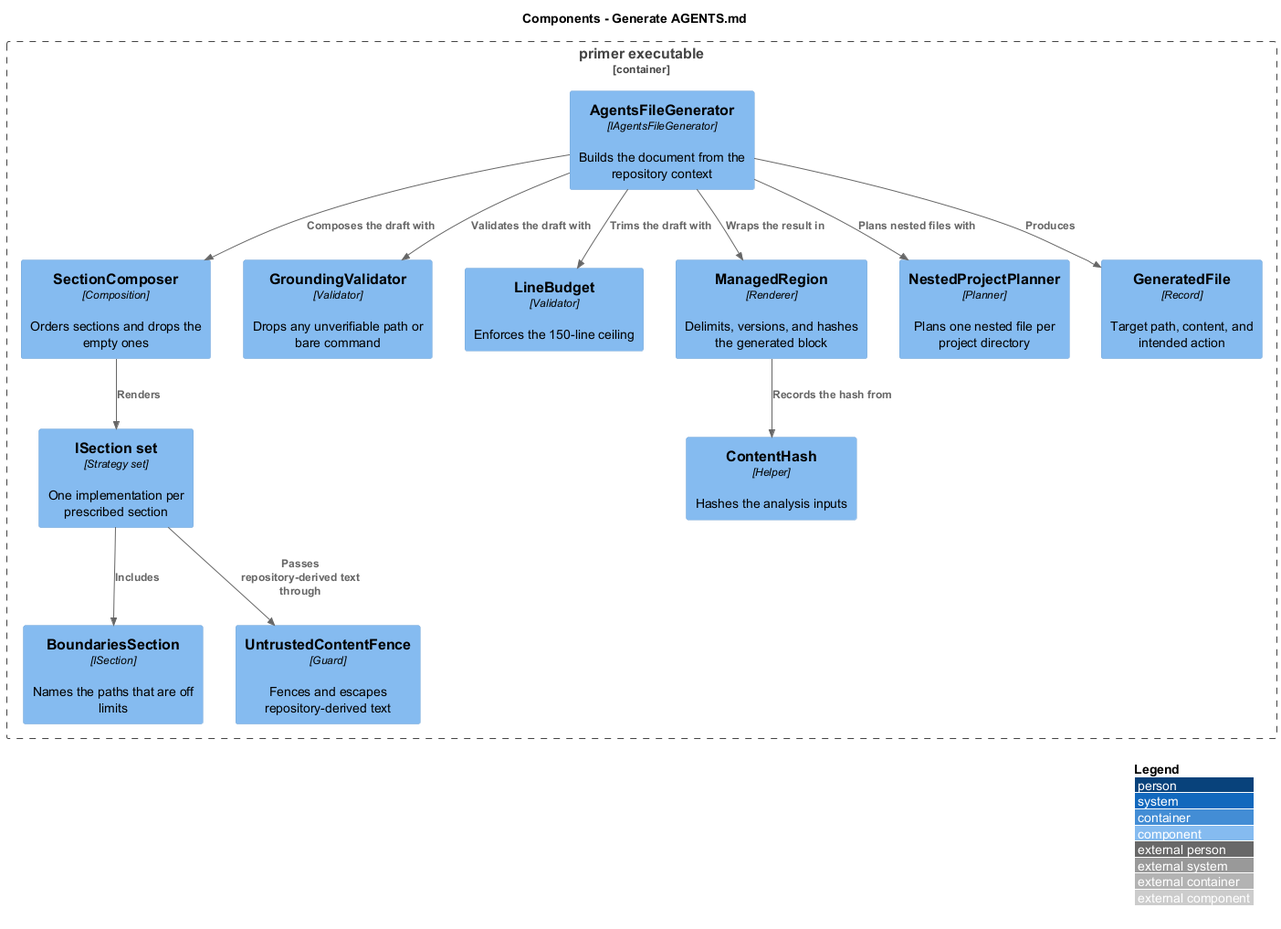
Before: docs/detailed-designs/agent-file-generation/generate-agents-md/diagrams/c4-component.png, a diagram exported from PlantUML (QuinntyneBrown/primer). Source of this version:
```plantuml
@startuml
!include <C4/C4_Component>
LAYOUT_WITH_LEGEND()
title Components - Generate AGENTS.md

Container_Boundary(exe, "primer executable") {
  Component(generator, "AgentsFileGenerator", "IAgentsFileGenerator", "Builds the document from the repository context")
  Component(composer, "SectionComposer", "Composition", "Orders sections and drops the empty ones")
  Component(sections, "ISection set", "Strategy set", "One implementation per prescribed section")
  Component(boundaries, "BoundariesSection", "ISection", "Names the paths that are off limits")
  Component(grounding, "GroundingValidator", "Validator", "Drops any unverifiable path or bare command")
  Component(fence, "UntrustedContentFence", "Guard", "Fences and escapes repository-derived text")
  Component(budget, "LineBudget", "Validator", "Enforces the 150-line ceiling")
  Component(region, "ManagedRegion", "Renderer", "Delimits, versions, and hashes the generated block")
  Component(hash, "ContentHash", "Helper", "Hashes the analysis inputs")
  Component(nested, "NestedProjectPlanner", "Planner", "Plans one nested file per project directory")
  Component(file, "GeneratedFile", "Record", "Target path, content, and intended action")
}

Rel(generator, composer, "Composes the draft with")
Rel(composer, sections, "Renders")
Rel(sections, boundaries, "Includes")
Rel(sections, fence, "Passes repository-derived text through")
Rel(generator, grounding, "Validates the draft with")
Rel(generator, budget, "Trims the draft with")
Rel(generator, region, "Wraps the result in")
Rel(region, hash, "Records the hash from")
Rel(generator, nested, "Plans nested files with")
Rel(generator, file, "Produces")
@enduml
```
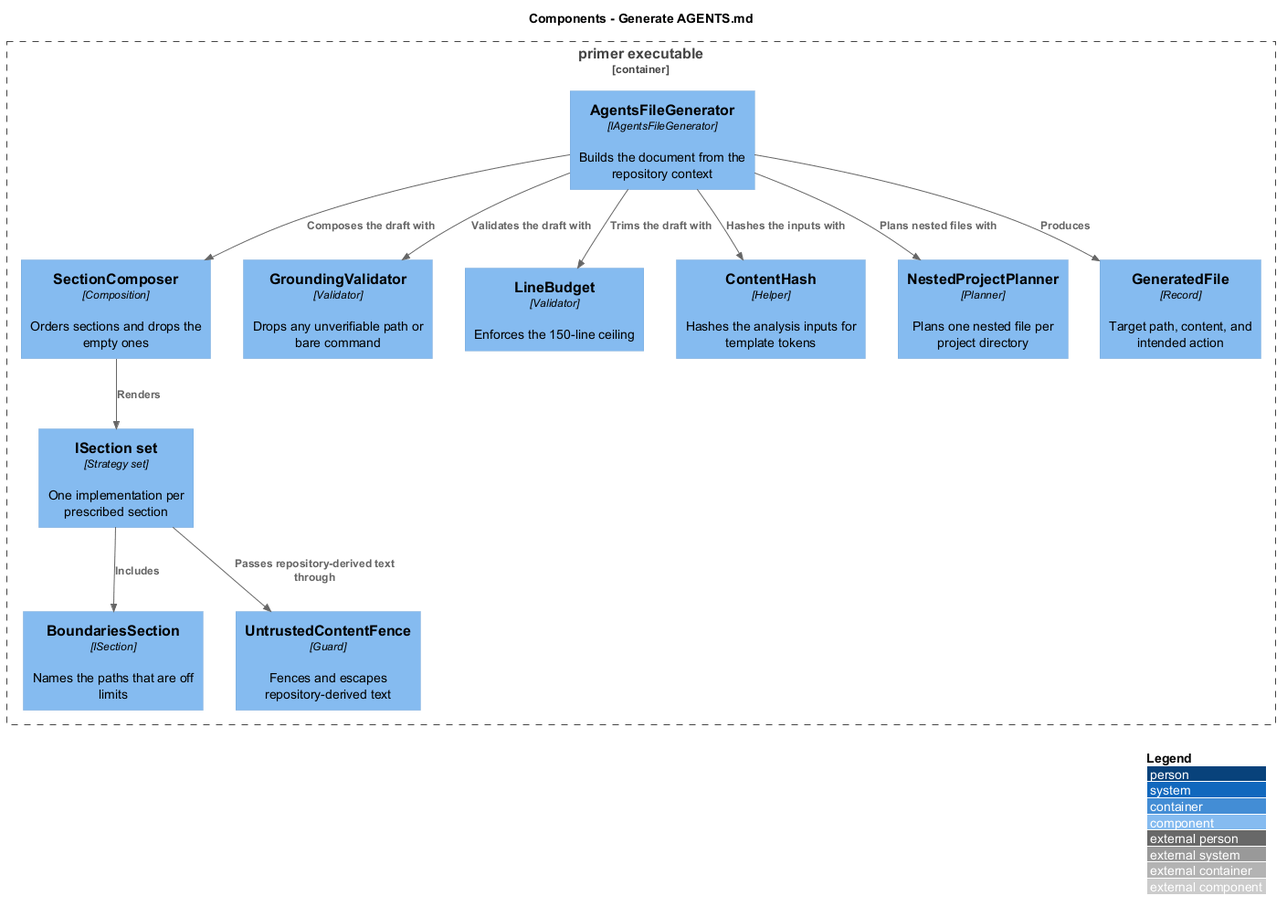
After the change.

Diff of the diagram source:
```diff
@@ -11,8 +11,7 @@
   Component(grounding, "GroundingValidator", "Validator", "Drops any unverifiable path or bare command")
   Component(fence, "UntrustedContentFence", "Guard", "Fences and escapes repository-derived text")
   Component(budget, "LineBudget", "Validator", "Enforces the 150-line ceiling")
-  Component(region, "ManagedRegion", "Renderer", "Delimits, versions, and hashes the generated block")
-  Component(hash, "ContentHash", "Helper", "Hashes the analysis inputs")
+  Component(hash, "ContentHash", "Helper", "Hashes the analysis inputs for template tokens")
   Component(nested, "NestedProjectPlanner", "Planner", "Plans one nested file per project directory")
   Component(file, "GeneratedFile", "Record", "Target path, content, and intended action")
 }
@@ -23,8 +22,7 @@
 Rel(sections, fence, "Passes repository-derived text through")
 Rel(generator, grounding, "Validates the draft with")
 Rel(generator, budget, "Trims the draft with")
-Rel(generator, region, "Wraps the result in")
-Rel(region, hash, "Records the hash from")
+Rel(generator, hash, "Hashes the inputs with")
 Rel(generator, nested, "Plans nested files with")
 Rel(generator, file, "Produces")
 @enduml
```
